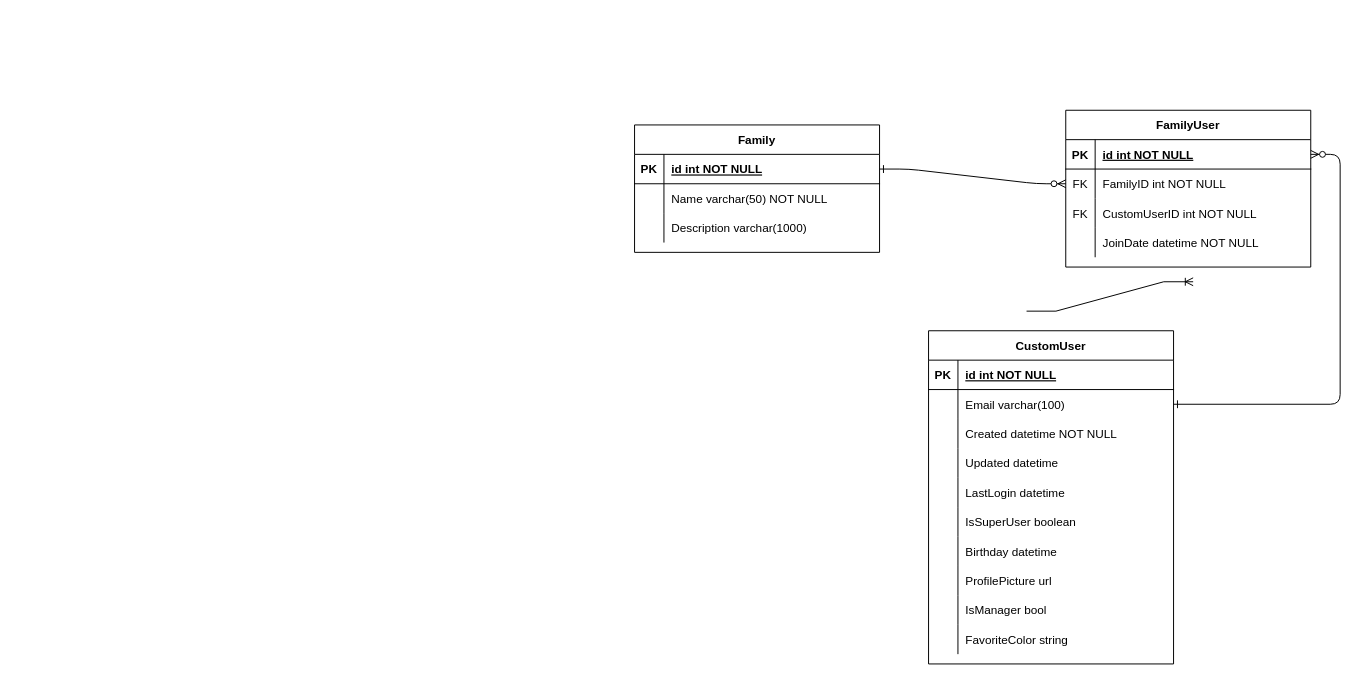
WimpieRatte/FamilyThings keeps this draw.io diagram as documentation/erds/FamilyThingsERD.drawio. Above is the earlier version. Source tidied: cells renumbered, new cells numbered last; positions are measured from the earlier drawing's top-left corner, leaving out a move shared by most shapes. Both pictures are drawn from the tidied source at 98%, with x=0, y=0 at pixel (634, 110).
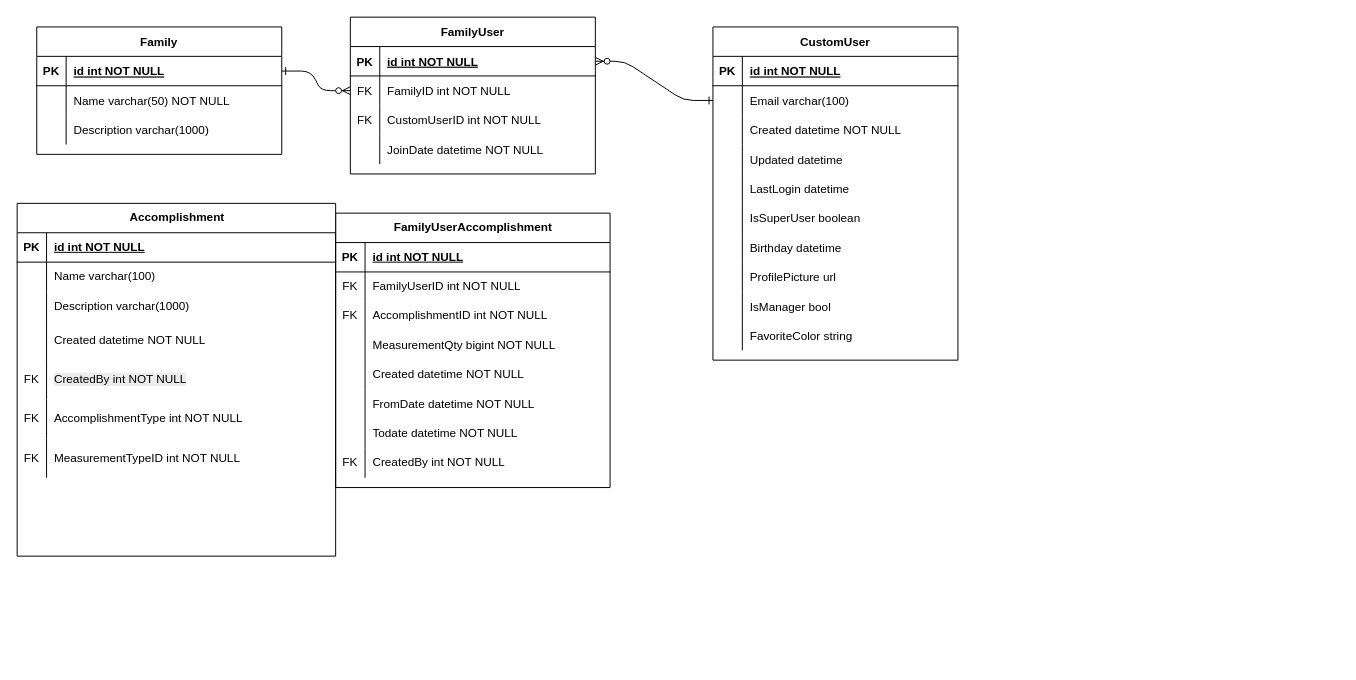
After the change.

Diff of the diagram source:
```diff
@@
     <mxCell id="3" value="FamilyUser" style="shape=table;startSize=30;childLayout=tableLayout;rowLines=0;fontStyle=1;align=center;" parent="1" vertex="1">
-      <mxGeometry x="440" width="250" height="160" as="geometry" />
+      <mxGeometry x="-290" y="-95" width="250" height="160" as="geometry" />
     </mxCell>
@@
     <mxCell id="16" value="CustomUser" style="shape=table;startSize=30;childLayout=tableLayout;rowLines=0;fontStyle=1;align=center;" parent="1" vertex="1">
-      <mxGeometry x="300" y="225" width="250" height="340" as="geometry" />
+      <mxGeometry x="80" y="-85" width="250" height="340" as="geometry" />
     </mxCell>
@@
     <mxCell id="47" value="Family" style="shape=table;startSize=30;childLayout=tableLayout;rowLines=0;fontStyle=1;align=center;" parent="1" vertex="1">
-      <mxGeometry y="15" width="250" height="130" as="geometry" />
+      <mxGeometry x="-610" y="-85" width="250" height="130" as="geometry" />
     </mxCell>
@@
-    <mxCell id="58" style="edgeStyle=entityRelationEdgeStyle;fontSize=12;html=1;endArrow=ERoneToMany;rounded=0;" parent="1" edge="1">
-      <mxGeometry relative="1" as="geometry">
-        <mxPoint x="400" y="205" as="sourcePoint" />
-        <mxPoint x="570" y="175" as="targetPoint" />
-        <Array as="points">
-          <mxPoint x="530" y="105" />
-        </Array>
-      </mxGeometry>
-    </mxCell>
+    <mxCell id="59" value="FamilyUserAccomplishment" style="shape=table;startSize=30;childLayout=tableLayout;rowLines=0;fontStyle=1;align=center;html=1;" parent="1" vertex="1">
+      <mxGeometry x="-305" y="105" width="280" height="280" as="geometry" />
+    </mxCell>
+    <mxCell id="60" style="shape=tableRow;horizontal=0;startSize=0;swimlaneHead=0;swimlaneBody=0;fillColor=none;top=0;left=0;right=0;bottom=1;" parent="59" vertex="1">
+      <mxGeometry y="30" width="280" height="30" as="geometry" />
+    </mxCell>
+    <mxCell id="61" value="PK" style="shape=partialRectangle;fillColor=none;top=0;left=0;bottom=0;right=0;fontStyle=1;overflow=hidden;whiteSpace=wrap;html=1;" parent="60" vertex="1">
+      <mxGeometry width="30" height="30" as="geometry" />
+    </mxCell>
+    <mxCell id="62" value="&lt;span style=&quot;text-wrap: nowrap;&quot;&gt;id int NOT NULL&lt;/span&gt;" style="shape=partialRectangle;fillColor=none;top=0;left=0;bottom=0;right=0;align=left;spacingLeft=6;fontStyle=5;overflow=hidden;whiteSpace=wrap;html=1;" parent="60" vertex="1">
+      <mxGeometry x="30" width="250" height="30" as="geometry" />
+    </mxCell>
+    <mxCell id="63" style="shape=tableRow;horizontal=0;startSize=0;swimlaneHead=0;swimlaneBody=0;fillColor=none;top=0;left=0;right=0;bottom=0;" parent="59" vertex="1">
+      <mxGeometry y="60" width="280" height="30" as="geometry" />
+    </mxCell>
+    <mxCell id="64" value="FK" style="shape=partialRectangle;fillColor=none;top=0;left=0;bottom=0;right=0;overflow=hidden;whiteSpace=wrap;html=1;" parent="63" vertex="1">
+      <mxGeometry width="30" height="30" as="geometry" />
+    </mxCell>
+    <mxCell id="65" value="FamilyUserID int NOT NULL" style="shape=partialRectangle;fillColor=none;top=0;left=0;bottom=0;right=0;align=left;spacingLeft=6;overflow=hidden;whiteSpace=wrap;html=1;" parent="63" vertex="1">
+      <mxGeometry x="30" width="250" height="30" as="geometry" />
+    </mxCell>
+    <mxCell id="66" style="shape=tableRow;horizontal=0;startSize=0;swimlaneHead=0;swimlaneBody=0;fillColor=none;top=0;left=0;right=0;bottom=0;" parent="59" vertex="1">
+      <mxGeometry y="90" width="280" height="30" as="geometry" />
+    </mxCell>
+    <mxCell id="67" value="FK" style="shape=partialRectangle;fillColor=none;top=0;left=0;bottom=0;right=0;overflow=hidden;whiteSpace=wrap;html=1;" parent="66" vertex="1">
+      <mxGeometry width="30" height="30" as="geometry" />
+    </mxCell>
+    <mxCell id="68" value="AccomplishmentID int NOT NULL" style="shape=partialRectangle;fillColor=none;top=0;left=0;bottom=0;right=0;align=left;spacingLeft=6;overflow=hidden;whiteSpace=wrap;html=1;" parent="66" vertex="1">
+      <mxGeometry x="30" width="250" height="30" as="geometry" />
+    </mxCell>
+    <mxCell id="69" style="shape=tableRow;horizontal=0;startSize=0;swimlaneHead=0;swimlaneBody=0;fillColor=none;top=0;left=0;right=0;bottom=0;" parent="59" vertex="1">
+      <mxGeometry y="120" width="280" height="30" as="geometry" />
+    </mxCell>
+    <mxCell id="70" style="shape=partialRectangle;fillColor=none;top=0;left=0;bottom=0;right=0;overflow=hidden;whiteSpace=wrap;html=1;" parent="69" vertex="1">
+      <mxGeometry width="30" height="30" as="geometry" />
+    </mxCell>
+    <mxCell id="71" value="MeasurementQty bigint NOT NULL" style="shape=partialRectangle;fillColor=none;top=0;left=0;bottom=0;right=0;align=left;spacingLeft=6;overflow=hidden;whiteSpace=wrap;html=1;" parent="69" vertex="1">
+      <mxGeometry x="30" width="250" height="30" as="geometry" />
+    </mxCell>
+    <mxCell id="72" style="shape=tableRow;horizontal=0;startSize=0;swimlaneHead=0;swimlaneBody=0;fillColor=none;top=0;left=0;right=0;bottom=0;" parent="59" vertex="1">
+      <mxGeometry y="150" width="280" height="30" as="geometry" />
+    </mxCell>
+    <mxCell id="73" style="shape=partialRectangle;fillColor=none;top=0;left=0;bottom=0;right=0;overflow=hidden;whiteSpace=wrap;html=1;" parent="72" vertex="1">
+      <mxGeometry width="30" height="30" as="geometry" />
+    </mxCell>
+    <mxCell id="74" value="Created datetime NOT NULL" style="shape=partialRectangle;fillColor=none;top=0;left=0;bottom=0;right=0;align=left;spacingLeft=6;overflow=hidden;whiteSpace=wrap;html=1;" parent="72" vertex="1">
+      <mxGeometry x="30" width="250" height="30" as="geometry" />
+    </mxCell>
+    <mxCell id="75" style="shape=tableRow;horizontal=0;startSize=0;swimlaneHead=0;swimlaneBody=0;fillColor=none;top=0;left=0;right=0;bottom=0;" parent="59" vertex="1">
+      <mxGeometry y="180" width="280" height="30" as="geometry" />
+    </mxCell>
+    <mxCell id="76" style="shape=partialRectangle;fillColor=none;top=0;left=0;bottom=0;right=0;overflow=hidden;whiteSpace=wrap;html=1;" parent="75" vertex="1">
+      <mxGeometry width="30" height="30" as="geometry" />
+    </mxCell>
+    <mxCell id="77" value="FromDate datetime NOT NULL" style="shape=partialRectangle;fillColor=none;top=0;left=0;bottom=0;right=0;align=left;spacingLeft=6;overflow=hidden;whiteSpace=wrap;html=1;" parent="75" vertex="1">
+      <mxGeometry x="30" width="250" height="30" as="geometry" />
+    </mxCell>
+    <mxCell id="78" style="shape=tableRow;horizontal=0;startSize=0;swimlaneHead=0;swimlaneBody=0;fillColor=none;top=0;left=0;right=0;bottom=0;" parent="59" vertex="1">
+      <mxGeometry y="210" width="280" height="30" as="geometry" />
+    </mxCell>
+    <mxCell id="79" style="shape=partialRectangle;fillColor=none;top=0;left=0;bottom=0;right=0;overflow=hidden;whiteSpace=wrap;html=1;" parent="78" vertex="1">
+      <mxGeometry width="30" height="30" as="geometry" />
+    </mxCell>
+    <mxCell id="80" value="Todate datetime NOT NULL" style="shape=partialRectangle;fillColor=none;top=0;left=0;bottom=0;right=0;align=left;spacingLeft=6;overflow=hidden;whiteSpace=wrap;html=1;" parent="78" vertex="1">
+      <mxGeometry x="30" width="250" height="30" as="geometry" />
+    </mxCell>
+    <mxCell id="81" style="shape=tableRow;horizontal=0;startSize=0;swimlaneHead=0;swimlaneBody=0;fillColor=none;top=0;left=0;right=0;bottom=0;" parent="59" vertex="1">
+      <mxGeometry y="240" width="280" height="30" as="geometry" />
+    </mxCell>
+    <mxCell id="82" value="FK" style="shape=partialRectangle;fillColor=none;top=0;left=0;bottom=0;right=0;overflow=hidden;whiteSpace=wrap;html=1;" parent="81" vertex="1">
+      <mxGeometry width="30" height="30" as="geometry" />
+    </mxCell>
+    <mxCell id="83" value="CreatedBy int NOT NULL" style="shape=partialRectangle;fillColor=none;top=0;left=0;bottom=0;right=0;align=left;spacingLeft=6;overflow=hidden;whiteSpace=wrap;html=1;" parent="81" vertex="1">
+      <mxGeometry x="30" width="250" height="30" as="geometry" />
+    </mxCell>
+    <mxCell id="84" value="Accomplishment" style="shape=table;startSize=30;childLayout=tableLayout;rowLines=0;fontStyle=1;align=center;html=1;" parent="1" vertex="1">
+      <mxGeometry x="-630" y="95" width="325" height="360" as="geometry" />
+    </mxCell>
+    <mxCell id="85" style="shape=tableRow;horizontal=0;startSize=0;swimlaneHead=0;swimlaneBody=0;fillColor=none;top=0;left=0;right=0;bottom=1;" parent="84" vertex="1">
+      <mxGeometry y="30" width="325" height="30" as="geometry" />
+    </mxCell>
+    <mxCell id="86" value="PK" style="shape=partialRectangle;fillColor=none;top=0;left=0;bottom=0;right=0;fontStyle=1;overflow=hidden;whiteSpace=wrap;html=1;" parent="85" vertex="1">
+      <mxGeometry width="30" height="30" as="geometry" />
+    </mxCell>
+    <mxCell id="87" value="id int NOT NULL" style="shape=partialRectangle;fillColor=none;top=0;left=0;bottom=0;right=0;align=left;spacingLeft=6;fontStyle=5;overflow=hidden;whiteSpace=wrap;html=1;" parent="85" vertex="1">
+      <mxGeometry x="30" width="295" height="30" as="geometry" />
+    </mxCell>
+    <mxCell id="88" style="shape=tableRow;horizontal=0;startSize=0;swimlaneHead=0;swimlaneBody=0;fillColor=none;top=0;left=0;right=0;bottom=0;" parent="84" vertex="1">
+      <mxGeometry y="60" width="325" height="30" as="geometry" />
+    </mxCell>
+    <mxCell id="89" style="shape=partialRectangle;fillColor=none;top=0;left=0;bottom=0;right=0;overflow=hidden;whiteSpace=wrap;html=1;" parent="88" vertex="1">
+      <mxGeometry width="30" height="30" as="geometry" />
+    </mxCell>
+    <mxCell id="90" value="Name varchar(100)" style="shape=partialRectangle;fillColor=none;top=0;left=0;bottom=0;right=0;align=left;spacingLeft=6;overflow=hidden;whiteSpace=wrap;html=1;" parent="88" vertex="1">
+      <mxGeometry x="30" width="295" height="30" as="geometry" />
+    </mxCell>
+    <mxCell id="91" style="shape=tableRow;horizontal=0;startSize=0;swimlaneHead=0;swimlaneBody=0;fillColor=none;top=0;left=0;right=0;bottom=0;" parent="84" vertex="1">
+      <mxGeometry y="90" width="325" height="30" as="geometry" />
+    </mxCell>
+    <mxCell id="92" style="shape=partialRectangle;fillColor=none;top=0;left=0;bottom=0;right=0;overflow=hidden;whiteSpace=wrap;html=1;" parent="91" vertex="1">
+      <mxGeometry width="30" height="30" as="geometry" />
+    </mxCell>
+    <mxCell id="93" value="Description varchar(1000)" style="shape=partialRectangle;fillColor=none;top=0;left=0;bottom=0;right=0;align=left;spacingLeft=6;overflow=hidden;whiteSpace=wrap;html=1;" parent="91" vertex="1">
+      <mxGeometry x="30" width="295" height="30" as="geometry" />
+    </mxCell>
+    <mxCell id="94" style="shape=tableRow;horizontal=0;startSize=0;swimlaneHead=0;swimlaneBody=0;fillColor=none;top=0;left=0;right=0;bottom=0;" parent="84" vertex="1">
+      <mxGeometry y="120" width="325" height="40" as="geometry" />
+    </mxCell>
+    <mxCell id="95" style="shape=partialRectangle;fillColor=none;top=0;left=0;bottom=0;right=0;overflow=hidden;whiteSpace=wrap;html=1;" parent="94" vertex="1">
+      <mxGeometry width="30" height="40" as="geometry" />
+    </mxCell>
+    <mxCell id="96" value="Created datetime NOT NULL" style="shape=partialRectangle;fillColor=none;top=0;left=0;bottom=0;right=0;align=left;spacingLeft=6;overflow=hidden;whiteSpace=wrap;html=1;" parent="94" vertex="1">
+      <mxGeometry x="30" width="295" height="40" as="geometry" />
+    </mxCell>
+    <mxCell id="97" style="shape=tableRow;horizontal=0;startSize=0;swimlaneHead=0;swimlaneBody=0;fillColor=none;top=0;left=0;right=0;bottom=0;" parent="84" vertex="1">
+      <mxGeometry y="160" width="325" height="40" as="geometry" />
+    </mxCell>
+    <mxCell id="98" value="FK" style="shape=partialRectangle;fillColor=none;top=0;left=0;bottom=0;right=0;overflow=hidden;whiteSpace=wrap;html=1;" parent="97" vertex="1">
+      <mxGeometry width="30" height="40" as="geometry" />
+    </mxCell>
+    <mxCell id="99" value="&lt;span style=&quot;color: rgb(0, 0, 0); font-family: Helvetica; font-size: 12px; font-style: normal; font-variant-ligatures: normal; font-variant-caps: normal; font-weight: 400; letter-spacing: normal; orphans: 2; text-align: left; text-indent: 0px; text-transform: none; widows: 2; word-spacing: 0px; -webkit-text-stroke-width: 0px; white-space: normal; background-color: rgb(236, 236, 236); text-decoration-thickness: initial; text-decoration-style: initial; text-decoration-color: initial; display: inline !important; float: none;&quot;&gt;CreatedBy int NOT NULL&lt;/span&gt;" style="shape=partialRectangle;fillColor=none;top=0;left=0;bottom=0;right=0;align=left;spacingLeft=6;overflow=hidden;whiteSpace=wrap;html=1;" parent="97" vertex="1">
+      <mxGeometry x="30" width="295" height="40" as="geometry" />
+    </mxCell>
+    <mxCell id="100" style="shape=tableRow;horizontal=0;startSize=0;swimlaneHead=0;swimlaneBody=0;fillColor=none;top=0;left=0;right=0;bottom=0;" parent="84" vertex="1">
+      <mxGeometry y="200" width="325" height="40" as="geometry" />
+    </mxCell>
+    <mxCell id="101" value="FK" style="shape=partialRectangle;fillColor=none;top=0;left=0;bottom=0;right=0;overflow=hidden;whiteSpace=wrap;html=1;" parent="100" vertex="1">
+      <mxGeometry width="30" height="40" as="geometry" />
+    </mxCell>
+    <mxCell id="102" value="AccomplishmentType int NOT NULL" style="shape=partialRectangle;fillColor=none;top=0;left=0;bottom=0;right=0;align=left;spacingLeft=6;overflow=hidden;whiteSpace=wrap;html=1;" parent="100" vertex="1">
+      <mxGeometry x="30" width="295" height="40" as="geometry" />
+    </mxCell>
+    <mxCell id="103" style="shape=tableRow;horizontal=0;startSize=0;swimlaneHead=0;swimlaneBody=0;fillColor=none;top=0;left=0;right=0;bottom=0;" parent="84" vertex="1">
+      <mxGeometry y="240" width="325" height="40" as="geometry" />
+    </mxCell>
+    <mxCell id="104" value="FK" style="shape=partialRectangle;fillColor=none;top=0;left=0;bottom=0;right=0;overflow=hidden;whiteSpace=wrap;html=1;" parent="103" vertex="1">
+      <mxGeometry width="30" height="40" as="geometry" />
+    </mxCell>
+    <mxCell id="105" value="MeasurementTypeID int NOT NULL" style="shape=partialRectangle;fillColor=none;top=0;left=0;bottom=0;right=0;align=left;spacingLeft=6;overflow=hidden;whiteSpace=wrap;html=1;" parent="103" vertex="1">
+      <mxGeometry x="30" width="295" height="40" as="geometry" />
+    </mxCell>
```
